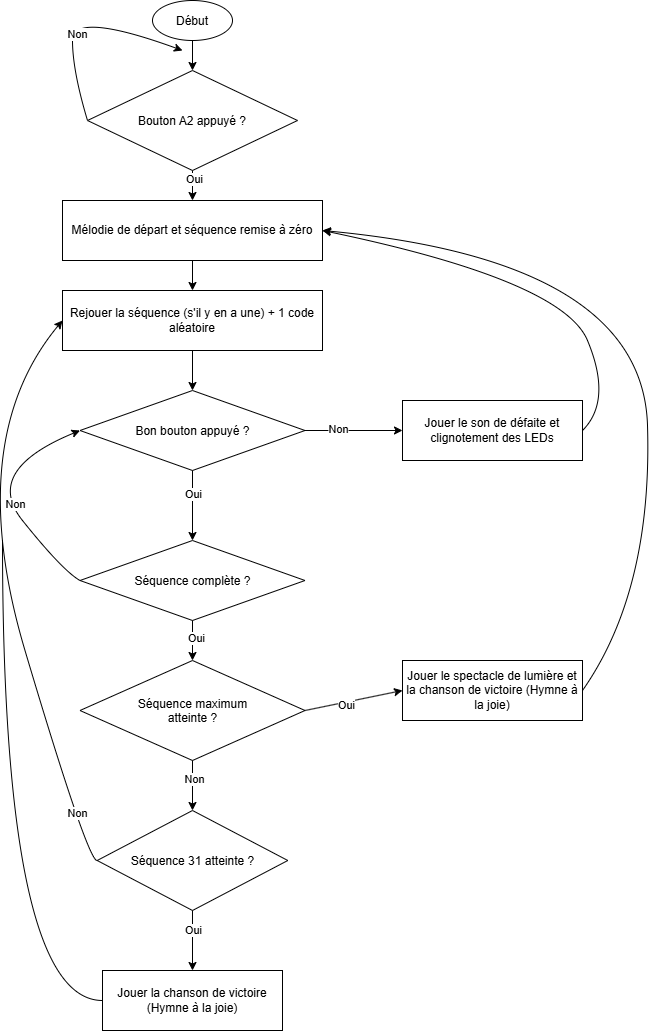
This is Docs/Images/Simon_diagramme_flux.png from NPone29/ProjEmb_Simon, a draw.io export, as it was before one commit. Source tidied: cells renumbered, new cells last; positions are measured from the earlier drawing's top-left corner, leaving out a move shared by most shapes. Its diagram source:
```xml
<mxGraphModel>
  <root>
    <mxCell id="0" />
    <mxCell id="1" parent="0" />
    <mxCell id="2" value="Début" style="ellipse;whiteSpace=wrap;html=1;shapeInside=1;" parent="1" vertex="1">
      <mxGeometry x="190" width="80" height="40" as="geometry" />
    </mxCell>
    <mxCell id="3" value="Bouton A2 appuyé ?" style="rhombus;whiteSpace=wrap;html=1;shapeInside=1;" parent="1" vertex="1">
      <mxGeometry x="125" y="70" width="210" height="100" as="geometry" />
    </mxCell>
    <mxCell id="4" style="endArrow=classic;html=1;rounded=0;defaultLabelBackgroundColor=page;exitX=0.5;exitY=1;exitDx=0;exitDy=0;" parent="1" edge="1" source="2" target="3">
      <mxGeometry relative="1" as="geometry" />
    </mxCell>
    <mxCell id="5" style="curved=1;curveGeometry=1;endArrow=classic;html=1;rounded=0;defaultLabelBackgroundColor=page;exitX=0;exitY=0.5;exitDx=0;exitDy=0;" parent="1" edge="1" source="3">
      <mxGeometry x="-0.07" relative="1" as="geometry">
        <mxPoint x="220" y="50" as="targetPoint" />
        <Array as="points">
          <mxPoint x="110" y="70" />
          <mxPoint x="110" y="10" />
        </Array>
      </mxGeometry>
    </mxCell>
    <mxCell id="6" value="Non" style="edgeLabel;html=1;align=center;verticalAlign=middle;inheritText=1;defaultLabelBackgroundColor=page;" parent="5" vertex="1">
      <mxGeometry x="-0.11" y="-2" relative="1" as="geometry" />
    </mxCell>
    <mxCell id="7" style="endArrow=classic;html=1;rounded=0;defaultLabelBackgroundColor=page;exitX=0.5;exitY=1;exitDx=0;exitDy=0;entryX=0.5;entryY=0;entryDx=0;entryDy=0;" parent="1" edge="1" source="3" target="9">
      <mxGeometry relative="1" as="geometry" />
    </mxCell>
    <mxCell id="8" value="Oui" style="edgeLabel;html=1;align=center;verticalAlign=middle;inheritText=1;defaultLabelBackgroundColor=page;" parent="7" vertex="1">
      <mxGeometry x="-0.4" y="1" relative="1" as="geometry" />
    </mxCell>
    <mxCell id="9" value="Mélodie de départ et séquence remise à zéro" style="rounded=0;whiteSpace=wrap;html=1;" parent="1" vertex="1">
      <mxGeometry x="100" y="200" width="260" height="60" as="geometry" />
    </mxCell>
    <mxCell id="10" value="Rejouer la séquence (s'il y en a une) + 1 code aléatoire" style="rounded=0;whiteSpace=wrap;html=1;" parent="1" vertex="1">
      <mxGeometry x="100" y="290" width="260" height="60" as="geometry" />
    </mxCell>
    <mxCell id="11" style="endArrow=classic;html=1;rounded=0;defaultLabelBackgroundColor=page;exitX=0.5;exitY=1;exitDx=0;exitDy=0;entryX=0.5;entryY=0;entryDx=0;entryDy=0;" parent="1" edge="1" source="9" target="10">
      <mxGeometry relative="1" as="geometry" />
    </mxCell>
    <mxCell id="12" value="Bon bouton appuyé ?" style="rhombus;whiteSpace=wrap;html=1;shapeInside=1;" parent="1" vertex="1">
      <mxGeometry x="117.5" y="390" width="225" height="80" as="geometry" />
    </mxCell>
    <mxCell id="13" style="endArrow=classic;html=1;rounded=0;defaultLabelBackgroundColor=page;exitX=0.5;exitY=1;exitDx=0;exitDy=0;entryX=0.5;entryY=0;entryDx=0;entryDy=0;" parent="1" edge="1" source="10" target="12">
      <mxGeometry relative="1" as="geometry" />
    </mxCell>
    <mxCell id="14" value="Jouer le son de défaite et clignotement des LEDs" style="rounded=0;whiteSpace=wrap;html=1;" parent="1" vertex="1">
      <mxGeometry x="440" y="400" width="180" height="60" as="geometry" />
    </mxCell>
    <mxCell id="15" style="endArrow=classic;html=1;rounded=0;defaultLabelBackgroundColor=page;exitX=1;exitY=0.5;exitDx=0;exitDy=0;entryX=0;entryY=0.5;entryDx=0;entryDy=0;" parent="1" edge="1" source="12" target="14">
      <mxGeometry relative="1" as="geometry" />
    </mxCell>
    <mxCell id="16" value=" " style="edgeLabel;html=1;align=center;verticalAlign=middle;inheritText=1;defaultLabelBackgroundColor=page;" parent="15" vertex="1">
      <mxGeometry x="0.1" y="-3" relative="1" as="geometry">
        <mxPoint x="1" as="offset" />
      </mxGeometry>
    </mxCell>
    <mxCell id="17" value="Non" style="edgeLabel;html=1;align=center;verticalAlign=middle;inheritText=1;defaultLabelBackgroundColor=page;" parent="15" vertex="1">
      <mxGeometry x="-0.33" y="1" relative="1" as="geometry" />
    </mxCell>
    <mxCell id="18" style="curved=1;curveGeometry=1;endArrow=classic;html=1;rounded=0;defaultLabelBackgroundColor=page;exitX=1;exitY=0.5;exitDx=0;exitDy=0;entryX=1;entryY=0.5;entryDx=0;entryDy=0;" parent="1" edge="1" source="14" target="9">
      <mxGeometry x="-0.66" relative="1" as="geometry">
        <Array as="points">
          <mxPoint x="650" y="400" />
          <mxPoint x="600" y="280" />
        </Array>
      </mxGeometry>
    </mxCell>
    <mxCell id="19" style="endArrow=classic;html=1;rounded=0;defaultLabelBackgroundColor=page;exitX=0.5;exitY=1;exitDx=0;exitDy=0;entryX=0.5;entryY=0;entryDx=0;entryDy=0;" parent="1" edge="1" source="12" target="21">
      <mxGeometry relative="1" as="geometry" />
    </mxCell>
    <mxCell id="20" value="Oui" style="edgeLabel;html=1;align=center;verticalAlign=middle;inheritText=1;defaultLabelBackgroundColor=page;" parent="19" vertex="1">
      <mxGeometry x="-0.34" relative="1" as="geometry" />
    </mxCell>
    <mxCell id="21" value="Séquence complète ?" style="rhombus;whiteSpace=wrap;html=1;shapeInside=1;" parent="1" vertex="1">
      <mxGeometry x="117.5" y="540" width="225" height="80" as="geometry" />
    </mxCell>
    <mxCell id="22" style="curved=1;curveGeometry=1;endArrow=classic;html=1;rounded=0;defaultLabelBackgroundColor=page;exitX=0;exitY=0.5;exitDx=0;exitDy=0;entryX=0;entryY=0.5;entryDx=0;entryDy=0;" parent="1" edge="1" source="21" target="12">
      <mxGeometry x="-0.41" relative="1" as="geometry">
        <Array as="points">
          <mxPoint x="100" y="570" />
          <mxPoint x="20" y="470" />
        </Array>
      </mxGeometry>
    </mxCell>
    <mxCell id="23" value="Non" style="edgeLabel;html=1;align=center;verticalAlign=middle;inheritText=1;defaultLabelBackgroundColor=page;" parent="22" vertex="1">
      <mxGeometry x="-0.04" y="-1" relative="1" as="geometry">
        <mxPoint x="1" as="offset" />
      </mxGeometry>
    </mxCell>
    <mxCell id="24" value="Séquence maximum atteinte ?" style="rhombus;whiteSpace=wrap;html=1;shapeInside=1;" parent="1" vertex="1">
      <mxGeometry x="117.5" y="660" width="225" height="100" as="geometry" />
    </mxCell>
    <mxCell id="25" style="endArrow=classic;html=1;rounded=0;defaultLabelBackgroundColor=page;exitX=0.5;exitY=1;exitDx=0;exitDy=0;entryX=0.5;entryY=0;entryDx=0;entryDy=0;" parent="1" edge="1" source="21" target="24">
      <mxGeometry relative="1" as="geometry" />
    </mxCell>
    <mxCell id="26" value="Oui" style="edgeLabel;html=1;align=center;verticalAlign=middle;inheritText=1;defaultLabelBackgroundColor=page;" parent="25" vertex="1">
      <mxGeometry x="-0.13" y="3" relative="1" as="geometry" />
    </mxCell>
    <mxCell id="27" value="Jouer le spectacle de lumière et la chanson de victoire (Hymne à la joie)" style="rounded=0;whiteSpace=wrap;html=1;" parent="1" vertex="1">
      <mxGeometry x="440" y="660" width="180" height="60" as="geometry" />
    </mxCell>
    <mxCell id="28" style="endArrow=classic;html=1;rounded=0;defaultLabelBackgroundColor=page;exitX=1;exitY=0.5;exitDx=0;exitDy=0;entryX=0;entryY=0.5;entryDx=0;entryDy=0;" parent="1" edge="1" source="24" target="27">
      <mxGeometry relative="1" as="geometry" />
    </mxCell>
    <mxCell id="29" value="Oui" style="edgeLabel;html=1;align=center;verticalAlign=middle;inheritText=1;defaultLabelBackgroundColor=page;" parent="28" vertex="1">
      <mxGeometry x="-0.18" y="-3" relative="1" as="geometry" />
    </mxCell>
    <mxCell id="30" style="curved=1;curveGeometry=1;endArrow=classic;html=1;rounded=0;defaultLabelBackgroundColor=page;exitX=1;exitY=0.5;exitDx=0;exitDy=0;entryX=1;entryY=0.5;entryDx=0;entryDy=0;" parent="1" edge="1" source="27" target="9">
      <mxGeometry x="-0.36" relative="1" as="geometry">
        <Array as="points">
          <mxPoint x="690" y="590" />
          <mxPoint x="680" y="260" />
        </Array>
      </mxGeometry>
    </mxCell>
    <mxCell id="31" style="endArrow=classic;html=1;rounded=0;defaultLabelBackgroundColor=page;exitX=0.5;exitY=1;exitDx=0;exitDy=0;entryX=0.5;entryY=0;entryDx=0;entryDy=0;" parent="1" edge="1" source="24" target="33">
      <mxGeometry relative="1" as="geometry" />
    </mxCell>
    <mxCell id="32" value="Non" style="edgeLabel;html=1;align=center;verticalAlign=middle;inheritText=1;defaultLabelBackgroundColor=page;" parent="31" vertex="1">
      <mxGeometry x="-0.28" y="2" relative="1" as="geometry" />
    </mxCell>
    <mxCell id="33" value="Séquence 31 atteinte ?" style="rhombus;whiteSpace=wrap;html=1;shapeInside=1;" parent="1" vertex="1">
      <mxGeometry x="134.7" y="810" width="190.6" height="100" as="geometry" />
    </mxCell>
    <mxCell id="34" style="curved=1;curveGeometry=1;endArrow=classic;html=1;rounded=0;defaultLabelBackgroundColor=page;exitX=0;exitY=0.5;exitDx=0;exitDy=0;entryX=0;entryY=0.5;entryDx=0;entryDy=0;" parent="1" edge="1" source="33" target="10">
      <mxGeometry x="-0.85" relative="1" as="geometry">
        <Array as="points">
          <mxPoint x="125" y="860" />
          <mxPoint y="440" />
        </Array>
      </mxGeometry>
    </mxCell>
    <mxCell id="35" value="Non" style="edgeLabel;html=1;align=center;verticalAlign=middle;inheritText=1;defaultLabelBackgroundColor=page;" parent="34" vertex="1">
      <mxGeometry x="-0.82" y="-1" relative="1" as="geometry" />
    </mxCell>
    <mxCell id="36" value="Jouer la chanson de victoire (Hymne à la joie)" style="rounded=0;whiteSpace=wrap;html=1;" parent="1" vertex="1">
      <mxGeometry x="140" y="970" width="180" height="60" as="geometry" />
    </mxCell>
    <mxCell id="37" style="endArrow=classic;html=1;rounded=0;defaultLabelBackgroundColor=page;exitX=0.5;exitY=1;exitDx=0;exitDy=0;entryX=0.5;entryY=0;entryDx=0;entryDy=0;" parent="1" edge="1" source="33" target="36">
      <mxGeometry relative="1" as="geometry" />
    </mxCell>
    <mxCell id="38" value="Oui" style="edgeLabel;html=1;align=center;verticalAlign=middle;inheritText=1;defaultLabelBackgroundColor=page;" parent="37" vertex="1">
      <mxGeometry x="-0.33" y="1" relative="1" as="geometry" />
    </mxCell>
    <mxCell id="39" style="endArrow=none;html=1;rounded=0;defaultLabelBackgroundColor=page;edgeStyle=orthogonalEdgeStyle;exitX=0;exitY=0.5;exitDx=0;exitDy=0;curved=1;curveGeometry=1;" parent="1" edge="1" source="36">
      <mxGeometry x="-0.18" relative="1" as="geometry">
        <mxPoint x="40" y="540" as="targetPoint" />
      </mxGeometry>
    </mxCell>
  </root>
</mxGraphModel>
```
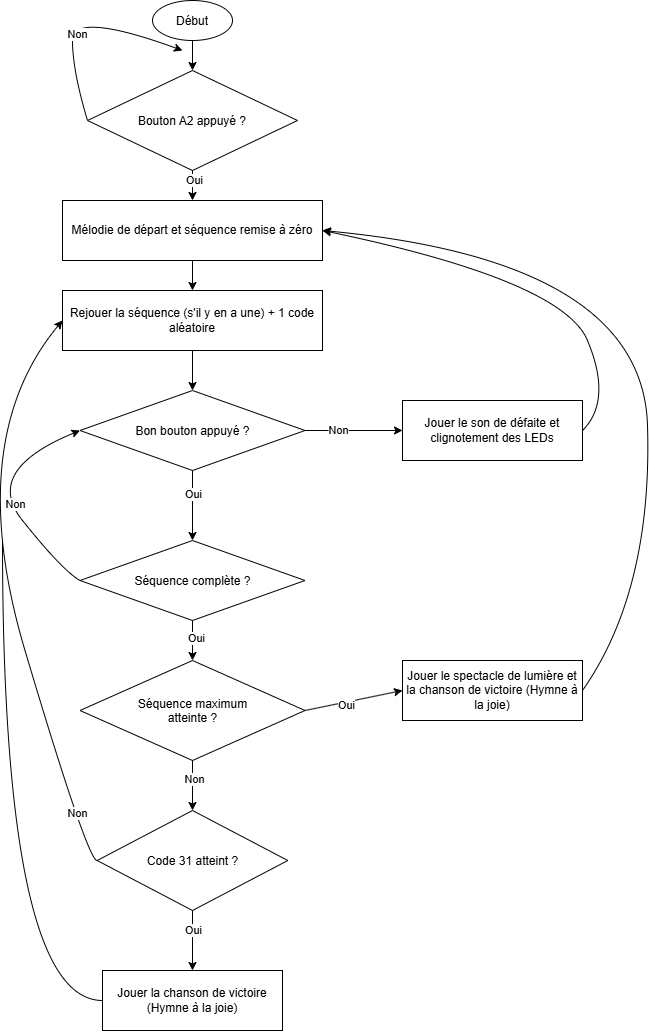
The same file after the commit.

What changed in the source:
```diff
@@ -120,7 +120,7 @@
     <mxCell id="32" value="Non" style="edgeLabel;html=1;align=center;verticalAlign=middle;inheritText=1;defaultLabelBackgroundColor=page;" parent="31" vertex="1">
       <mxGeometry x="-0.28" y="2" relative="1" as="geometry" />
     </mxCell>
-    <mxCell id="33" value="Séquence 31 atteinte ?" style="rhombus;whiteSpace=wrap;html=1;shapeInside=1;" parent="1" vertex="1">
+    <mxCell id="33" value="Code 31 atteint ?" style="rhombus;whiteSpace=wrap;html=1;shapeInside=1;" parent="1" vertex="1">
       <mxGeometry x="134.7" y="810" width="190.6" height="100" as="geometry" />
     </mxCell>
     <mxCell id="34" style="curved=1;curveGeometry=1;endArrow=classic;html=1;rounded=0;defaultLabelBackgroundColor=page;exitX=0;exitY=0.5;exitDx=0;exitDy=0;entryX=0;entryY=0.5;entryDx=0;entryDy=0;" parent="1" edge="1" source="33" target="10">
```
